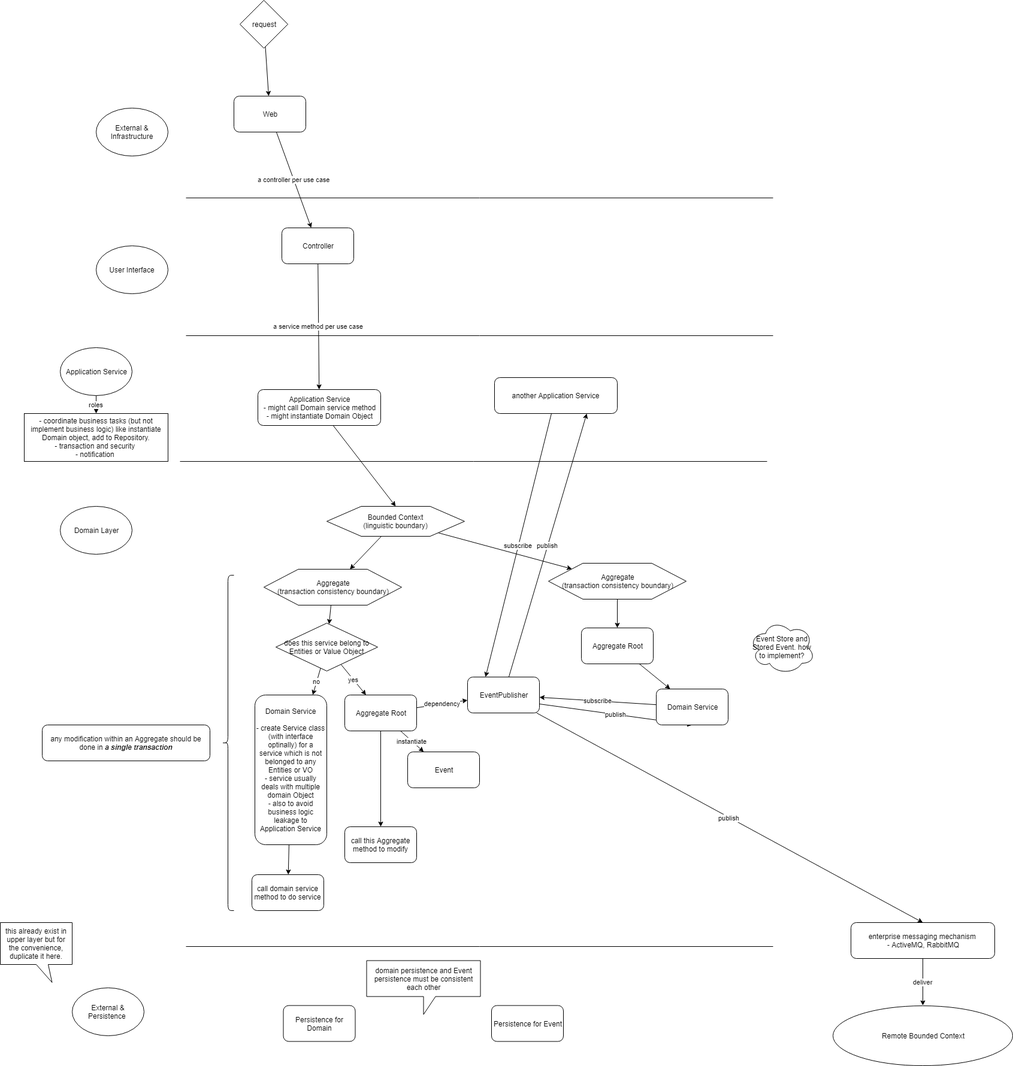
Above: ddd_flow.PNG in stsiwo/ddd_concept (draw.io), before the change. Source tidied: cells renumbered, new cells last; positions are measured from the earlier drawing's top-left corner, leaving out a move shared by most shapes.
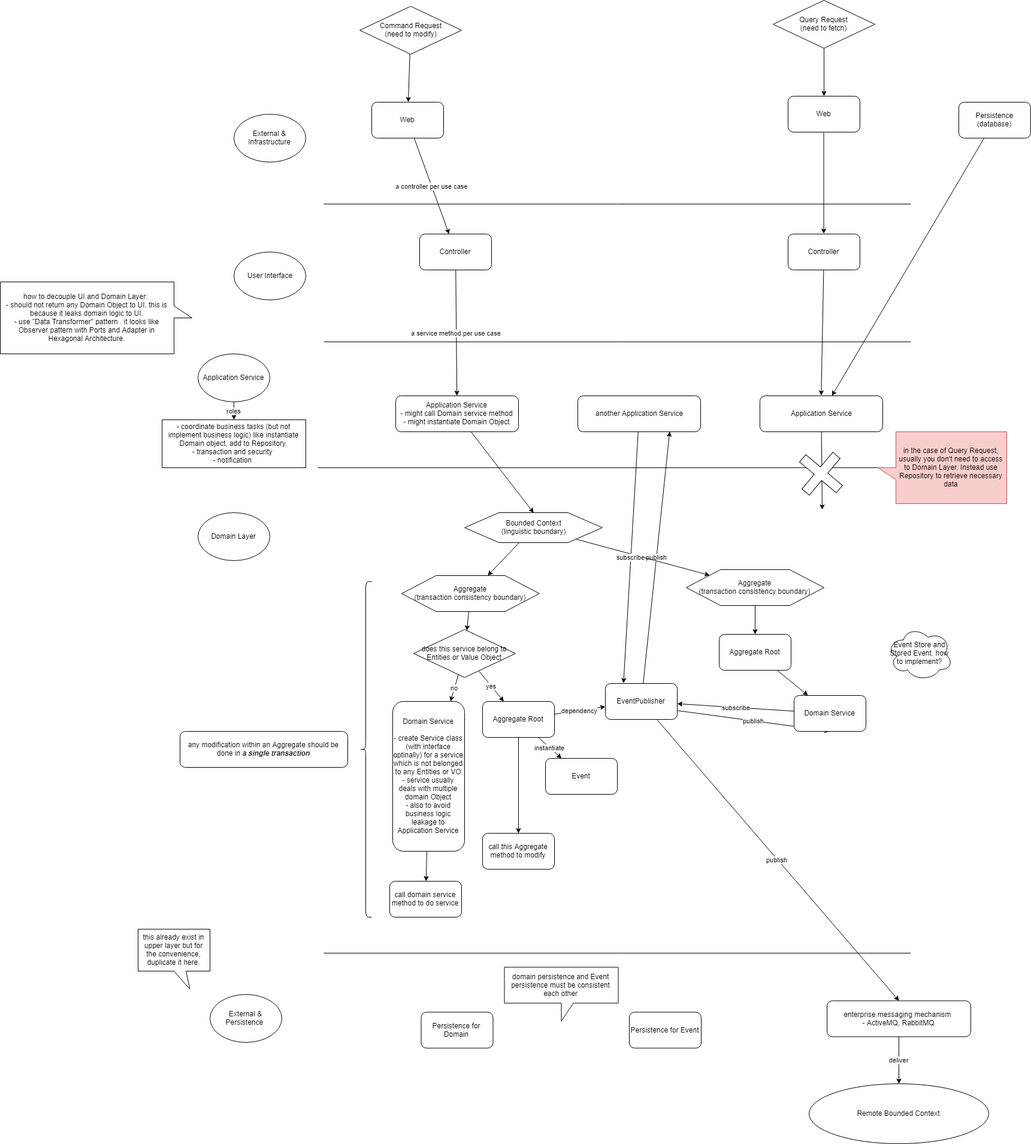
Later version of the same file.

What changed in the source:
```diff
@@ -44,8 +44,8 @@
     <mxCell id="12" style="rounded=0;jettySize=auto;html=1;" parent="1" edge="1" source="13" target="11">
       <mxGeometry relative="1" as="geometry" />
     </mxCell>
-    <mxCell id="13" value="request" style="rhombus;whiteSpace=wrap;html=1;" parent="1" vertex="1">
-      <mxGeometry x="400" width="80" height="80" as="geometry" />
+    <mxCell id="13" value="Command Request&lt;br&gt;(need to modify)&lt;br&gt;" style="rhombus;whiteSpace=wrap;html=1;" parent="1" vertex="1">
+      <mxGeometry x="370" width="170" height="80" as="geometry" />
     </mxCell>
     <mxCell id="14" value="a service method per use case" style="edgeStyle=none;rounded=0;jettySize=auto;html=1;" parent="1" edge="1" source="15" target="17">
       <mxGeometry relative="1" as="geometry" />
@@ -159,16 +159,16 @@
       <mxGeometry relative="1" as="geometry" />
     </mxCell>
     <mxCell id="51" value="another Application Service" style="rounded=1;whiteSpace=wrap;html=1;" parent="1" vertex="1">
-      <mxGeometry x="825" y="630" width="205" height="60" as="geometry" />
+      <mxGeometry x="734" y="650" width="205" height="60" as="geometry" />
     </mxCell>
     <mxCell id="52" value="Remote Bounded Context" style="ellipse;whiteSpace=wrap;html=1;" parent="1" vertex="1">
-      <mxGeometry x="1390" y="1678.5" width="300" height="100" as="geometry" />
+      <mxGeometry x="1120" y="1798" width="300" height="100" as="geometry" />
     </mxCell>
     <mxCell id="53" value="deliver" style="edgeStyle=none;rounded=0;jettySize=auto;html=1;" parent="1" edge="1" source="54" target="52">
       <mxGeometry relative="1" as="geometry" />
     </mxCell>
     <mxCell id="54" value="enterprise messaging mechanism&amp;nbsp;&lt;br&gt;- ActiveMQ, RabbitMQ&lt;br&gt;" style="rounded=1;whiteSpace=wrap;html=1;" parent="1" vertex="1">
-      <mxGeometry x="1420" y="1540" width="240" height="60" as="geometry" />
+      <mxGeometry x="1150" y="1659.5" width="240" height="60" as="geometry" />
     </mxCell>
     <mxCell id="55" value="Persistence for Domain" style="rounded=1;whiteSpace=wrap;html=1;" parent="1" vertex="1">
       <mxGeometry x="472.5" y="1678.5" width="120" height="60" as="geometry" />
@@ -191,5 +191,46 @@
     <mxCell id="60" value="domain persistence and Event persistence must be consistent each other" style="shape=callout;whiteSpace=wrap;html=1;perimeter=calloutPerimeter;" parent="1" vertex="1">
       <mxGeometry x="611.5" y="1603.5" width="190" height="90" as="geometry" />
     </mxCell>
+    <mxCell id="61" style="edgeStyle=orthogonalEdgeStyle;rounded=0;jettySize=auto;html=1;" parent="1" edge="1" source="62" target="64">
+      <mxGeometry relative="1" as="geometry" />
+    </mxCell>
+    <mxCell id="62" value="Query Request&lt;br&gt;(need to fetch)&lt;br&gt;" style="rhombus;whiteSpace=wrap;html=1;" parent="1" vertex="1">
+      <mxGeometry x="1060" y="-10" width="170" height="80" as="geometry" />
+    </mxCell>
+    <mxCell id="63" style="edgeStyle=orthogonalEdgeStyle;rounded=0;jettySize=auto;html=1;entryX=0.5;entryY=0;entryDx=0;entryDy=0;" parent="1" edge="1" source="64" target="66">
+      <mxGeometry relative="1" as="geometry" />
+    </mxCell>
+    <mxCell id="64" value="Web" style="rounded=1;whiteSpace=wrap;html=1;" parent="1" vertex="1">
+      <mxGeometry x="1085" y="150" width="120" height="60" as="geometry" />
+    </mxCell>
+    <mxCell id="65" style="rounded=0;jettySize=auto;html=1;entryX=0.5;entryY=0;entryDx=0;entryDy=0;" parent="1" edge="1" source="66" target="68">
+      <mxGeometry relative="1" as="geometry" />
+    </mxCell>
+    <mxCell id="66" value="Controller" style="rounded=1;whiteSpace=wrap;html=1;" parent="1" vertex="1">
+      <mxGeometry x="1085" y="380" width="120" height="60" as="geometry" />
+    </mxCell>
+    <mxCell id="67" style="edgeStyle=none;rounded=0;jettySize=auto;html=1;" parent="1" edge="1" source="68">
+      <mxGeometry relative="1" as="geometry">
+        <mxPoint x="1142" y="840" as="targetPoint" />
+      </mxGeometry>
+    </mxCell>
+    <mxCell id="68" value="Application Service" style="rounded=1;whiteSpace=wrap;html=1;" parent="1" vertex="1">
+      <mxGeometry x="1038" y="650" width="205" height="60" as="geometry" />
+    </mxCell>
+    <mxCell id="69" style="edgeStyle=none;rounded=0;jettySize=auto;html=1;" parent="1" edge="1" source="70" target="68">
+      <mxGeometry relative="1" as="geometry" />
+    </mxCell>
+    <mxCell id="70" value="Persistence&lt;br&gt;(database)&lt;br&gt;" style="rounded=1;whiteSpace=wrap;html=1;" parent="1" vertex="1">
+      <mxGeometry x="1370" y="160" width="120" height="60" as="geometry" />
+    </mxCell>
+    <mxCell id="71" style="shape=cross;whiteSpace=wrap;html=1;rotation=40;" parent="1" vertex="1">
+      <mxGeometry x="1100" y="740" width="80" height="80" as="geometry" />
+    </mxCell>
+    <mxCell id="72" value="in the case of Query Request, usually you don't need to access to Domain Layer. Instead use Repository to retrieve necessary data" style="shape=callout;whiteSpace=wrap;html=1;perimeter=calloutPerimeter;direction=south;fillColor=#f8cecc;strokeColor=#b85450;" parent="1" vertex="1">
+      <mxGeometry x="1235" y="710" width="215" height="120" as="geometry" />
+    </mxCell>
+    <mxCell id="73" value="how to decouple UI and Domain Layer:&amp;nbsp;&lt;br&gt;- should not return any Domain Object to UI. this is because it leaks domain logic to UI.&lt;br&gt;- use &quot;Data Transformer&quot; pattern . it looks like Observer pattern with Ports and Adapter in Hexagonal Architecture.&lt;br&gt;" style="shape=callout;whiteSpace=wrap;html=1;perimeter=calloutPerimeter;direction=north;" parent="1" vertex="1">
+      <mxGeometry x="-230" y="460" width="320" height="120" as="geometry" />
+    </mxCell>
   </root>
 </mxGraphModel>
```
